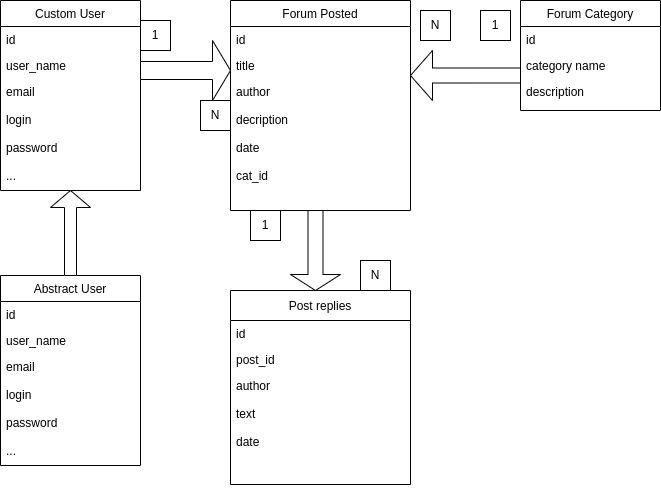
The draw.io diagram docs/DB_Schema.drawio.png in LeroyGorn/musician_hub, before a commit. Source tidied: cells renumbered, new cells last; positions are measured from the earlier drawing's top-left corner, leaving out a move shared by most shapes.
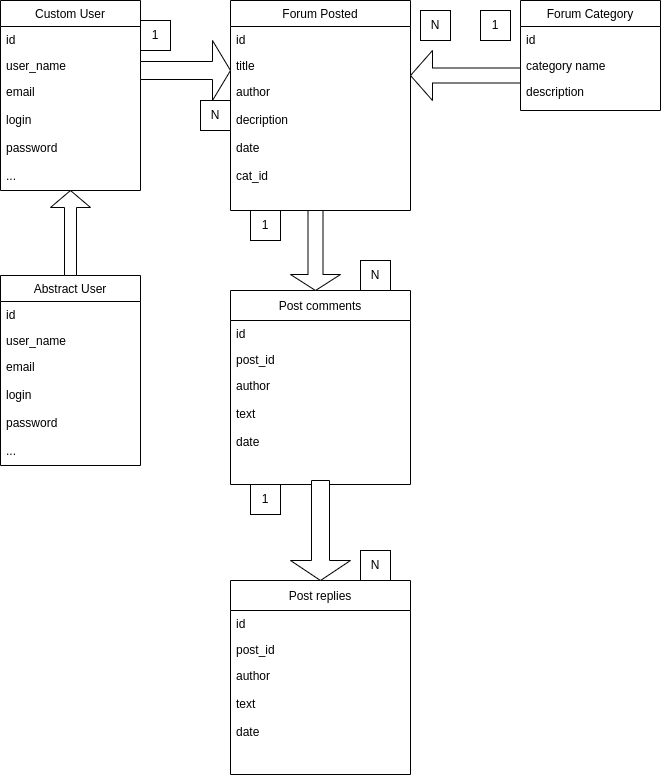
Later version of the same file.

What changed in the source:
```diff
@@ -41,7 +41,7 @@
     <mxCell id="14" value="author &#10;&#10;decription&#10;&#10;date&#10;&#10;cat_id" style="text;strokeColor=none;fillColor=none;align=left;verticalAlign=top;spacingLeft=4;spacingRight=4;overflow=hidden;" parent="11" vertex="1">
       <mxGeometry y="78" width="180" height="132" as="geometry" />
     </mxCell>
-    <mxCell id="15" value="Post replies" style="swimlane;fontStyle=0;horizontal=1;startSize=30;fillColor=none;" parent="1" vertex="1">
+    <mxCell id="15" value="Post comments" style="swimlane;fontStyle=0;horizontal=1;startSize=30;fillColor=none;" parent="1" vertex="1">
       <mxGeometry x="230" y="290" width="180" height="194" as="geometry" />
     </mxCell>
     <mxCell id="16" value="id&#10;&#10;&#10;&#10;&#10;&#10;&#10;&#10;&#10;cat_id" style="text;strokeColor=none;fillColor=none;align=left;verticalAlign=top;spacingLeft=4;spacingRight=4;overflow=hidden;" parent="15" vertex="1">
@@ -92,5 +92,26 @@
     <mxCell id="31" value="1" style="whiteSpace=wrap;html=1;" parent="1" vertex="1">
       <mxGeometry x="140" y="20" width="30" height="30" as="geometry" />
     </mxCell>
+    <mxCell id="32" value="Post replies" style="swimlane;fontStyle=0;horizontal=1;startSize=30;fillColor=none;" parent="1" vertex="1">
+      <mxGeometry x="230" y="580" width="180" height="194" as="geometry" />
+    </mxCell>
+    <mxCell id="33" value="id&#10;&#10;&#10;&#10;&#10;&#10;&#10;&#10;&#10;cat_id" style="text;strokeColor=none;fillColor=none;align=left;verticalAlign=top;spacingLeft=4;spacingRight=4;overflow=hidden;" parent="32" vertex="1">
+      <mxGeometry y="30" width="180" height="26" as="geometry" />
+    </mxCell>
+    <mxCell id="34" value="post_id" style="text;strokeColor=none;fillColor=none;align=left;verticalAlign=top;spacingLeft=4;spacingRight=4;overflow=hidden;" parent="32" vertex="1">
+      <mxGeometry y="56" width="180" height="26" as="geometry" />
+    </mxCell>
+    <mxCell id="35" value="author &#10;&#10;text&#10;&#10;date" style="text;strokeColor=none;fillColor=none;align=left;verticalAlign=top;spacingLeft=4;spacingRight=4;overflow=hidden;" parent="32" vertex="1">
+      <mxGeometry y="82" width="180" height="112" as="geometry" />
+    </mxCell>
+    <mxCell id="36" value="N" style="whiteSpace=wrap;html=1;" parent="1" vertex="1">
+      <mxGeometry x="360" y="550" width="30" height="30" as="geometry" />
+    </mxCell>
+    <mxCell id="37" value="1" style="whiteSpace=wrap;html=1;" parent="1" vertex="1">
+      <mxGeometry x="250" y="484" width="30" height="30" as="geometry" />
+    </mxCell>
+    <mxCell id="38" style="shape=singleArrow;direction=south;whiteSpace=wrap;html=1;rotation=0;" parent="1" vertex="1">
+      <mxGeometry x="290" y="480" width="60" height="100" as="geometry" />
+    </mxCell>
   </root>
 </mxGraphModel>
```
